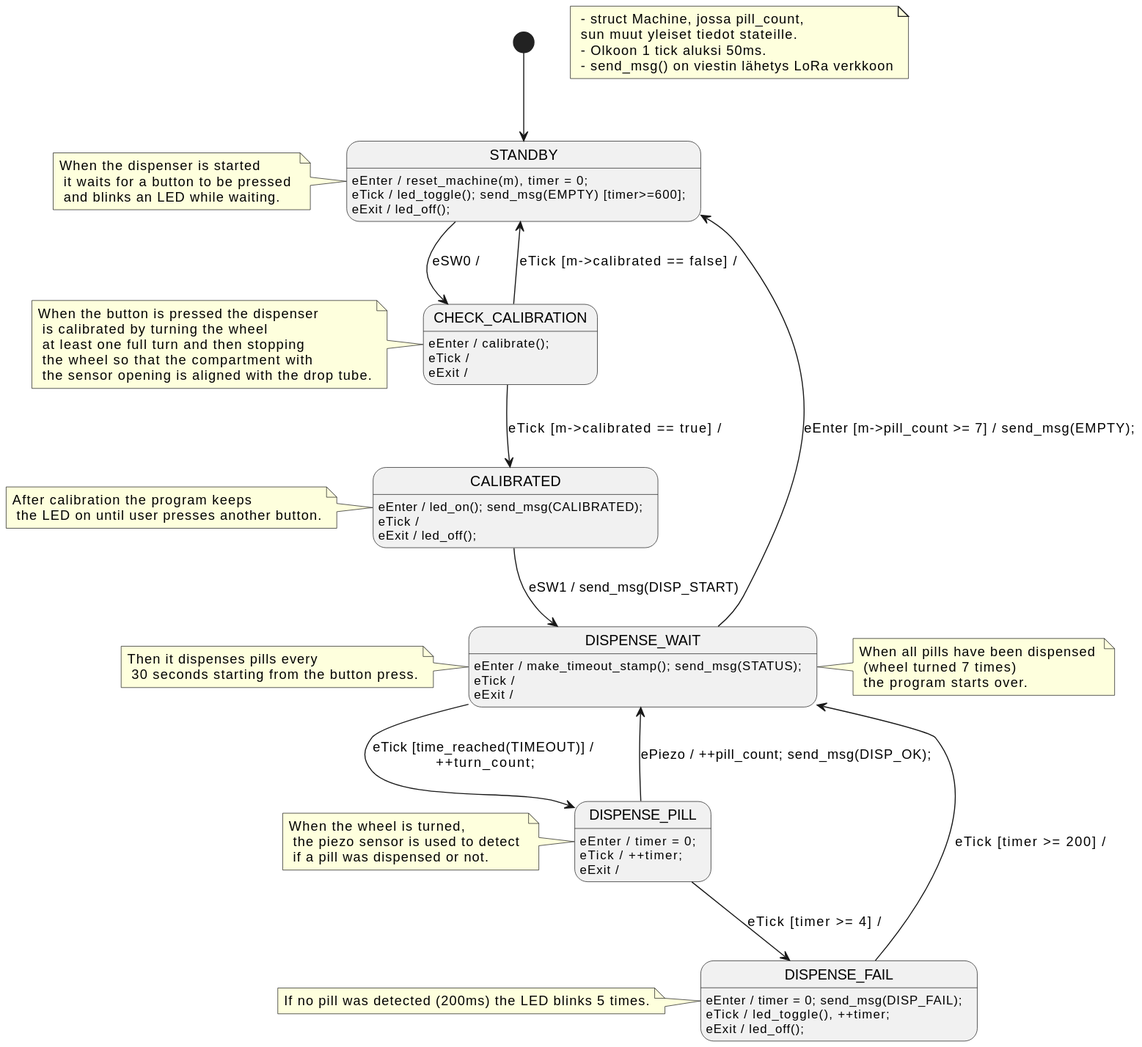
aleksanteril/LAAKKEET keeps this PlantUML diagram as out/minimum_state_diagram/Minimum State Machine.svg. Above is the earlier version.
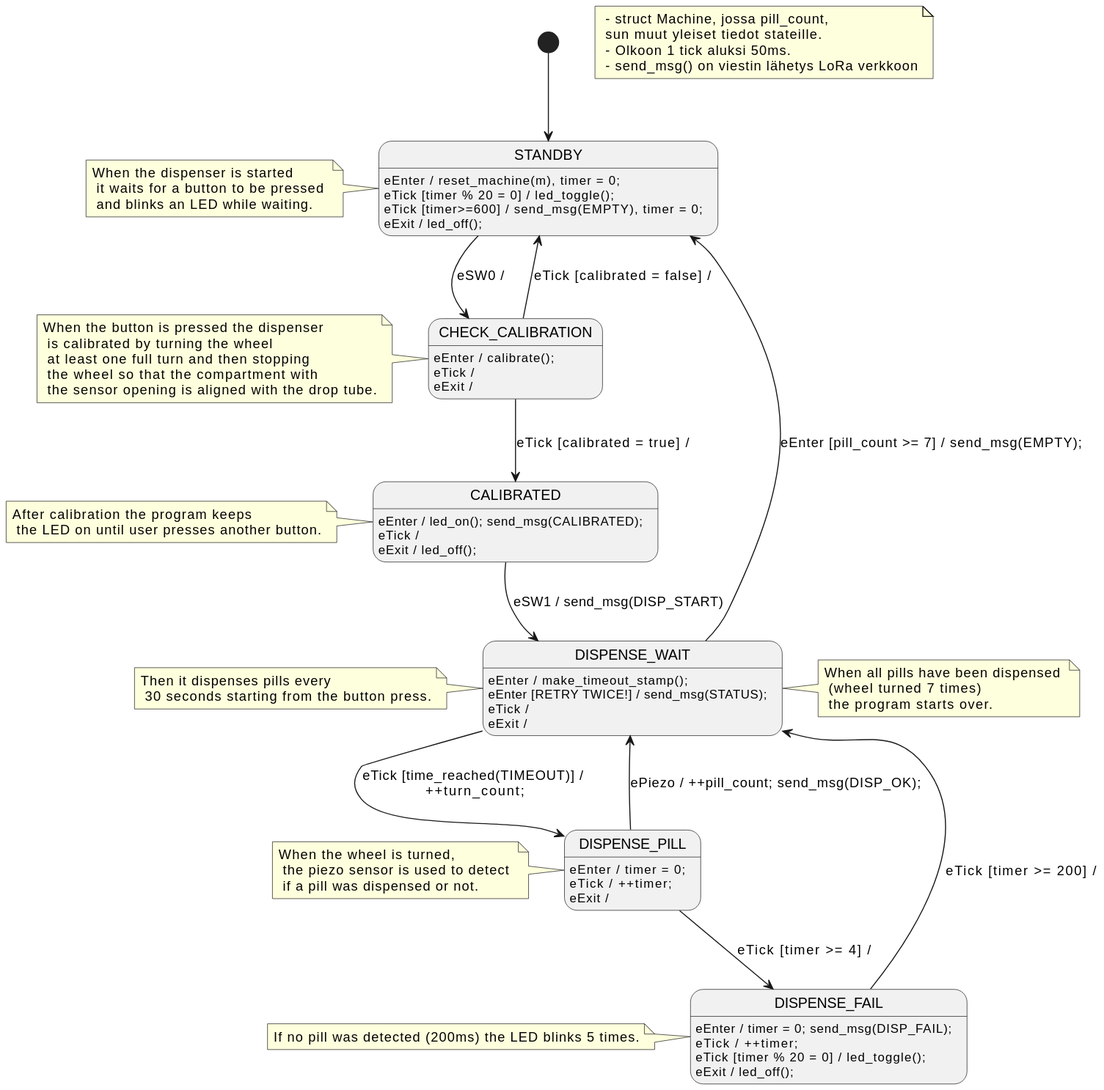
After the change.

Commit message:
removed redudant timer inc, and updated diagram

Change to the diagram source:
```diff
@@ -1,7 +1,8 @@
 @startuml
 [*] --> STANDBY
 STANDBY : eEnter / reset_machine(m), timer = 0;
-STANDBY : eTick / led_toggle(); send_msg(EMPTY) [timer>=600];
+STANDBY : eTick [timer % 20 = 0] / led_toggle();
+STANDBY : eTick [timer>=600] / send_msg(EMPTY), timer = 0;
 STANDBY : eExit / led_off();
 STANDBY --> CHECK_CALIBRATION : eSW0 /
 
@@ -12,8 +13,8 @@
 CHECK_CALIBRATION : eEnter / calibrate();
 CHECK_CALIBRATION : eTick /
 CHECK_CALIBRATION : eExit /
-CHECK_CALIBRATION --> STANDBY : eTick [m->calibrated == false] /
-CHECK_CALIBRATION --> CALIBRATED : eTick [m->calibrated == true] /
+CHECK_CALIBRATION --> STANDBY : eTick [calibrated = false] /
+CHECK_CALIBRATION --> CALIBRATED : eTick [calibrated = true] /
 
 note left of CHECK_CALIBRATION : When the button is pressed the dispenser \n is calibrated by turning the wheel \n at least one full turn and then stopping \n the wheel so that the compartment with \n the sensor opening is aligned with the drop tube.
 
@@ -24,11 +25,12 @@
 
 note left of CALIBRATED : After calibration the program keeps \n the LED on until user presses another button.
 
-DISPENSE_WAIT : eEnter / make_timeout_stamp(); send_msg(STATUS);
+DISPENSE_WAIT : eEnter / make_timeout_stamp();
+DISPENSE_WAIT : eEnter [RETRY TWICE!] / send_msg(STATUS);
 DISPENSE_WAIT : eTick /
 DISPENSE_WAIT : eExit /
 DISPENSE_WAIT --> DISPENSE_PILL : eTick [time_reached(TIMEOUT)] / \n++turn_count;
-DISPENSE_WAIT --> STANDBY : eEnter [m->pill_count >= 7] / send_msg(EMPTY);
+DISPENSE_WAIT --> STANDBY : eEnter [pill_count >= 7] / send_msg(EMPTY);
 
 note left of DISPENSE_WAIT : Then it dispenses pills every \n 30 seconds starting from the button press.
 note right of DISPENSE_WAIT : When all pills have been dispensed \n (wheel turned 7 times) \n the program starts over.
@@ -42,7 +44,8 @@
 note left of DISPENSE_PILL : When the wheel is turned, \n the piezo sensor is used to detect \n if a pill was dispensed or not.
 
 DISPENSE_FAIL : eEnter / timer = 0; send_msg(DISP_FAIL);
-DISPENSE_FAIL : eTick / led_toggle(), ++timer;
+DISPENSE_FAIL : eTick / ++timer;
+DISPENSE_FAIL : eTick [timer % 20 = 0] / led_toggle();
 DISPENSE_FAIL : eExit / led_off();
 DISPENSE_FAIL --> DISPENSE_WAIT : eTick [timer >= 200] /
 
```
